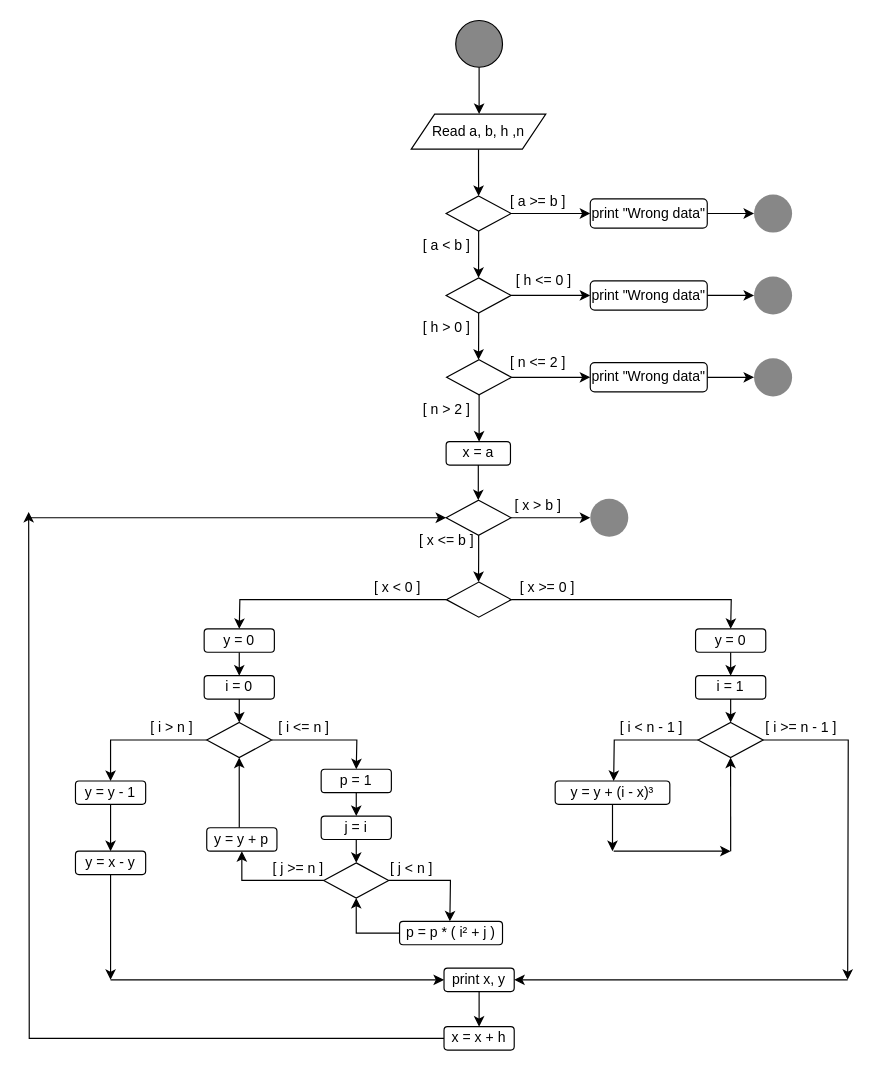
Earlier version of the draw.io diagram ОП_Lab_1/ОП_Lab_1_3_diagram.drawio (Erw1n-git/drawio_flowcharts). Source tidied: cells renumbered, new cells numbered last; positions are measured from the earlier drawing's top-left corner, leaving out a move shared by most shapes. Both pictures are drawn from the tidied source at 117%, with x=0, y=0 at pixel (28, 20).
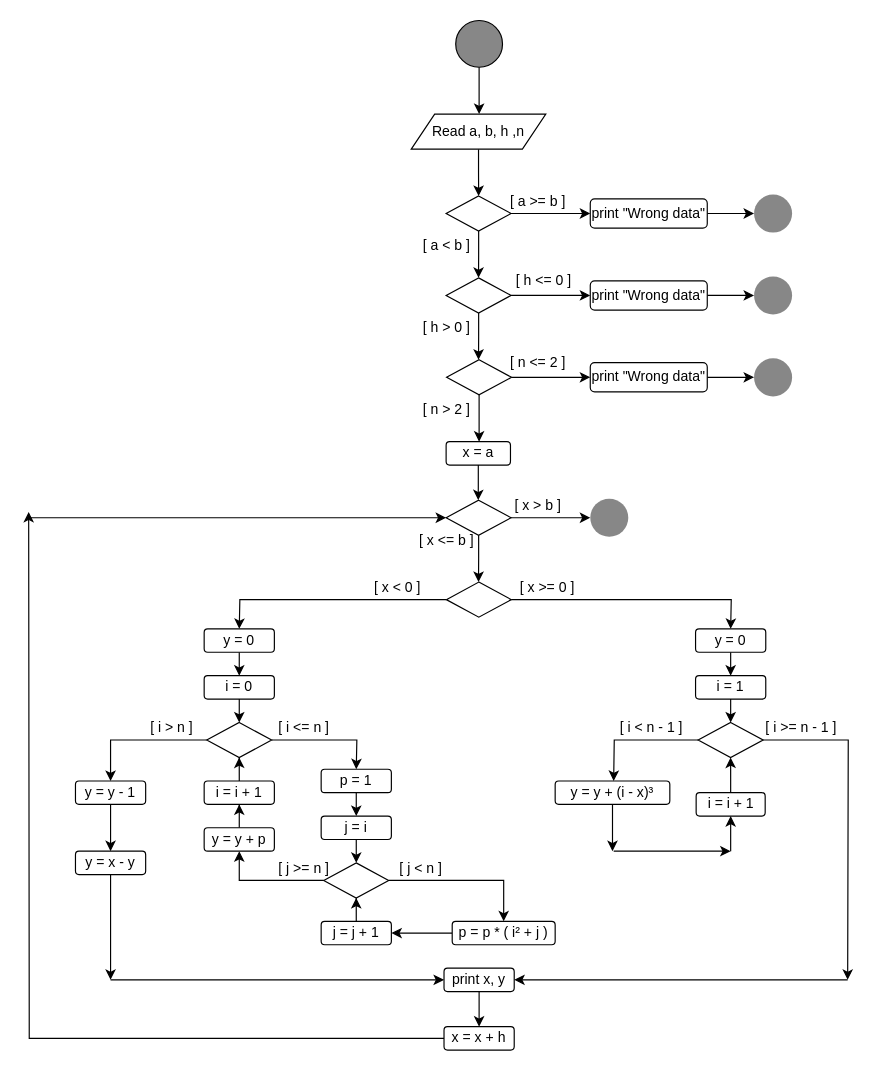
The same diagram, later.

The change refers to these unchanged cells:
```xml
<mxCell id="49" style="rhombus;whiteSpace=wrap;html=1;fillColor=#FFFFFF;" parent="1" vertex="1">
  <mxGeometry x="152.2" y="600" width="55.5" height="30" as="geometry" />
</mxCell>
<mxCell id="52" style="rhombus;whiteSpace=wrap;html=1;fillColor=#FFFFFF;" parent="1" vertex="1">
  <mxGeometry x="572.2" y="600" width="55.5" height="30" as="geometry" />
</mxCell>
<mxCell id="64" style="rhombus;whiteSpace=wrap;html=1;fillColor=#FFFFFF;" parent="1" vertex="1">
  <mxGeometry x="252.2" y="720" width="55.5" height="30" as="geometry" />
</mxCell>
```

What changed in the source:
```diff
@@
-    <mxCell id="62" style="edgeStyle=orthogonalEdgeStyle;rounded=0;jettySize=auto;html=1;" parent="1" edge="1" source="64">
-      <mxGeometry relative="1" as="geometry">
-        <mxPoint x="360" y="770" as="targetPoint" />
-      </mxGeometry>
-    </mxCell>
+    <mxCell id="89" style="edgeStyle=orthogonalEdgeStyle;rounded=0;jettySize=auto;html=1;" parent="1" edge="1" source="64" target="67">
+      <mxGeometry relative="1" as="geometry" />
+    </mxCell>
@@
     <mxCell id="65" value="[ j &amp;lt; n ]" style="text;html=1;align=center;verticalAlign=middle;strokeColor=none;fillColor=none;" parent="1" vertex="1">
-      <mxGeometry x="297.2" y="710" width="60" height="30" as="geometry" />
+      <mxGeometry x="305" y="710" width="60" height="30" as="geometry" />
     </mxCell>
-    <mxCell id="66" style="edgeStyle=orthogonalEdgeStyle;rounded=0;jettySize=auto;html=1;entryX=0.5;entryY=1;entryDx=0;entryDy=0;" parent="1" edge="1" source="67" target="64">
-      <mxGeometry relative="1" as="geometry" />
-    </mxCell>
+    <mxCell id="90" style="edgeStyle=orthogonalEdgeStyle;rounded=0;jettySize=auto;html=1;entryX=1;entryY=0.5;entryDx=0;entryDy=0;" parent="1" edge="1" source="67" target="93">
+      <mxGeometry relative="1" as="geometry" />
+    </mxCell>
     <mxCell id="67" value="p = p * ( i² + j )" style="rounded=1;whiteSpace=wrap;html=1;fillColor=#FFFFFF;" parent="1" vertex="1">
-      <mxGeometry x="317" y="770" width="88" height="20" as="geometry" />
+      <mxGeometry x="362" y="770" width="88" height="20" as="geometry" />
     </mxCell>
-    <mxCell id="68" style="edgeStyle=orthogonalEdgeStyle;rounded=0;jettySize=auto;html=1;entryX=0.5;entryY=1;entryDx=0;entryDy=0;" parent="1" edge="1" source="69" target="49">
-      <mxGeometry relative="1" as="geometry">
-        <Array as="points">
-          <mxPoint x="180" y="680" />
-          <mxPoint x="180" y="680" />
-        </Array>
-      </mxGeometry>
-    </mxCell>
+    <mxCell id="91" style="edgeStyle=orthogonalEdgeStyle;rounded=0;jettySize=auto;html=1;entryX=0.5;entryY=1;entryDx=0;entryDy=0;" parent="1" edge="1" source="69" target="95">
+      <mxGeometry relative="1" as="geometry" />
+    </mxCell>
     <mxCell id="69" value="y = y + p" style="rounded=1;whiteSpace=wrap;html=1;fillColor=#FFFFFF;" parent="1" vertex="1">
-      <mxGeometry x="152.2" y="690" width="60" height="20" as="geometry" />
+      <mxGeometry x="150" y="690" width="60" height="20" as="geometry" />
     </mxCell>
     <mxCell id="70" value="[ j &amp;gt;= n ]" style="text;html=1;align=center;verticalAlign=middle;strokeColor=none;fillColor=none;" parent="1" vertex="1">
-      <mxGeometry x="195" y="710" width="70" height="30" as="geometry" />
+      <mxGeometry x="200" y="710" width="70" height="30" as="geometry" />
     </mxCell>
@@
-    <mxCell id="88" style="endArrow=classic;html=1;rounded=0;entryX=0.5;entryY=1;entryDx=0;entryDy=0;" parent="1" edge="1" target="52">
-      <mxGeometry relative="1" as="geometry">
-        <mxPoint x="600" y="710" as="sourcePoint" />
-      </mxGeometry>
-    </mxCell>
+    <mxCell id="92" style="edgeStyle=orthogonalEdgeStyle;rounded=0;jettySize=auto;html=1;entryX=0.5;entryY=1;entryDx=0;entryDy=0;" parent="1" edge="1" source="93" target="64">
+      <mxGeometry relative="1" as="geometry" />
+    </mxCell>
+    <mxCell id="93" value="j = j + 1" style="rounded=1;whiteSpace=wrap;html=1;fillColor=#FFFFFF;" parent="1" vertex="1">
+      <mxGeometry x="250" y="770" width="60" height="20" as="geometry" />
+    </mxCell>
+    <mxCell id="94" style="edgeStyle=orthogonalEdgeStyle;rounded=0;jettySize=auto;html=1;entryX=0.5;entryY=1;entryDx=0;entryDy=0;" parent="1" edge="1" source="95" target="49">
+      <mxGeometry relative="1" as="geometry" />
+    </mxCell>
+    <mxCell id="95" value="i = i + 1" style="rounded=1;whiteSpace=wrap;html=1;fillColor=#FFFFFF;" parent="1" vertex="1">
+      <mxGeometry x="150" y="650" width="60" height="20" as="geometry" />
+    </mxCell>
+    <mxCell id="96" style="edgeStyle=orthogonalEdgeStyle;rounded=0;jettySize=auto;html=1;entryX=0.5;entryY=1;entryDx=0;entryDy=0;" parent="1" edge="1" source="97" target="52">
+      <mxGeometry relative="1" as="geometry" />
+    </mxCell>
+    <mxCell id="97" value="i = i + 1" style="rounded=1;whiteSpace=wrap;html=1;fillColor=#FFFFFF;" parent="1" vertex="1">
+      <mxGeometry x="570.5" y="660" width="59" height="20" as="geometry" />
+    </mxCell>
+    <mxCell id="98" style="endArrow=classic;html=1;rounded=0;entryX=0.5;entryY=1;entryDx=0;entryDy=0;" parent="1" edge="1" target="97">
+      <mxGeometry relative="1" as="geometry">
+        <mxPoint x="600" y="710" as="sourcePoint" />
+      </mxGeometry>
+    </mxCell>
```
